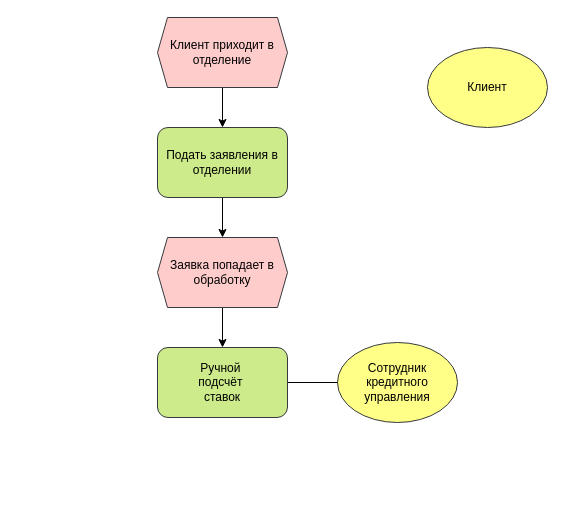
Before: page "Процесс кредита" (2 of 2) of it_land_map.drawio in MorKaragh/drawings, a draw.io diagram. Source tidied: cells renumbered, new cells numbered last; positions are measured from the earlier drawing's top-left corner, leaving out a move shared by most shapes. Both pictures are drawn from the tidied source at 100%, with x=0, y=0 at pixel (157, 17).
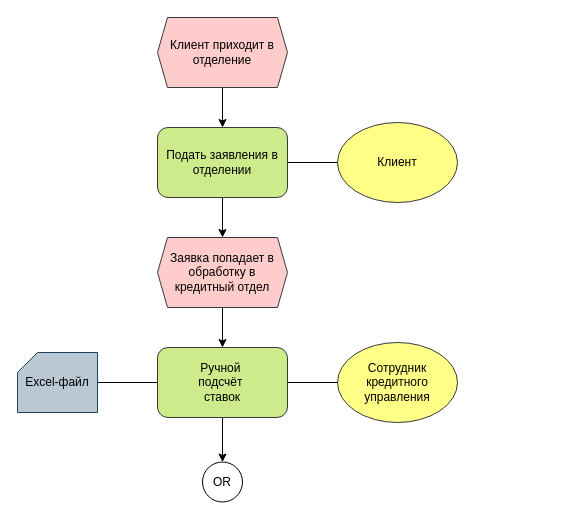
The same page after the edit.

Diff of the diagram source:
```diff
@@
 <mxGraphModel>
   <root>
     <mxCell id="0" />
     <mxCell id="1" parent="0" />
     <mxCell id="2" style="edgeStyle=orthogonalEdgeStyle;rounded=0;jettySize=auto;html=1;" parent="1" edge="1" source="3" target="9">
       <mxGeometry relative="1" as="geometry" />
     </mxCell>
+    <mxCell id="12" style="edgeStyle=orthogonalEdgeStyle;rounded=0;jettySize=auto;html=1;endArrow=none;startFill=0;" parent="1" edge="1" source="3" target="4">
+      <mxGeometry relative="1" as="geometry" />
+    </mxCell>
     <mxCell id="3" value="Подать заявления в отделении" style="rounded=1;whiteSpace=wrap;html=1;fillColor=#cdeb8b;strokeColor=#36393d;" parent="1" vertex="1">
       <mxGeometry y="110" width="130" height="70" as="geometry" />
     </mxCell>
     <mxCell id="4" value="Клиент" style="ellipse;whiteSpace=wrap;html=1;fillColor=#ffff88;strokeColor=#36393d;" parent="1" vertex="1">
-      <mxGeometry x="270" y="30" width="120" height="80" as="geometry" />
+      <mxGeometry x="180" y="105" width="120" height="80" as="geometry" />
     </mxCell>
     <mxCell id="5" style="edgeStyle=orthogonalEdgeStyle;rounded=0;jettySize=auto;html=1;" parent="1" edge="1" source="6" target="3">
       <mxGeometry relative="1" as="geometry" />
     </mxCell>
     <mxCell id="6" value="Клиент приходит в отделение" style="shape=hexagon;perimeter=hexagonPerimeter2;whiteSpace=wrap;html=1;fixedSize=1;size=10;fillColor=#ffcccc;strokeColor=#36393d;" parent="1" vertex="1">
       <mxGeometry width="130" height="70" as="geometry" />
     </mxCell>
     <mxCell id="7" value="Сотрудник кредитного управления" style="ellipse;whiteSpace=wrap;html=1;fillColor=#ffff88;strokeColor=#36393d;" parent="1" vertex="1">
       <mxGeometry x="180" y="325" width="120" height="80" as="geometry" />
     </mxCell>
     <mxCell id="8" style="edgeStyle=orthogonalEdgeStyle;rounded=0;jettySize=auto;html=1;" parent="1" edge="1" source="9" target="11">
       <mxGeometry relative="1" as="geometry" />
     </mxCell>
-    <mxCell id="9" value="Заявка попадает в обработку" style="shape=hexagon;perimeter=hexagonPerimeter2;whiteSpace=wrap;html=1;fixedSize=1;size=10;fillColor=#ffcccc;strokeColor=#36393d;" parent="1" vertex="1">
+    <mxCell id="9" value="Заявка попадает в обработку в кредитный отдел" style="shape=hexagon;perimeter=hexagonPerimeter2;whiteSpace=wrap;html=1;fixedSize=1;size=10;fillColor=#ffcccc;strokeColor=#36393d;" parent="1" vertex="1">
       <mxGeometry y="220" width="130" height="70" as="geometry" />
     </mxCell>
     <mxCell id="10" style="edgeStyle=orthogonalEdgeStyle;rounded=0;jettySize=auto;html=1;exitX=1;exitY=0.5;exitDx=0;exitDy=0;entryX=0;entryY=0.5;entryDx=0;entryDy=0;endArrow=none;endFill=0;" parent="1" edge="1" source="11" target="7">
       <mxGeometry relative="1" as="geometry" />
     </mxCell>
+    <mxCell id="13" style="edgeStyle=orthogonalEdgeStyle;rounded=0;jettySize=auto;html=1;endArrow=none;startFill=0;entryX=1;entryY=0.5;entryDx=0;entryDy=0;entryPerimeter=0;" parent="1" edge="1" source="11" target="15">
+      <mxGeometry relative="1" as="geometry" />
+    </mxCell>
+    <mxCell id="14" style="edgeStyle=orthogonalEdgeStyle;rounded=0;jettySize=auto;html=1;entryX=0.5;entryY=0;entryDx=0;entryDy=0;" parent="1" edge="1" source="11" target="16">
+      <mxGeometry relative="1" as="geometry" />
+    </mxCell>
     <mxCell id="11" value="Ручной&amp;nbsp;&lt;div&gt;подсчёт&amp;nbsp;&lt;div&gt;ставок&lt;/div&gt;&lt;/div&gt;" style="rounded=1;whiteSpace=wrap;html=1;fillColor=#cdeb8b;strokeColor=#36393d;" parent="1" vertex="1">
       <mxGeometry y="330" width="130" height="70" as="geometry" />
     </mxCell>
+    <mxCell id="15" value="Excel-файл" style="shape=card;whiteSpace=wrap;html=1;size=20;strokeColor=#23445d;align=center;verticalAlign=middle;fontFamily=Helvetica;fontSize=12;fontColor=default;fillColor=#bac8d3;" parent="1" vertex="1">
+      <mxGeometry x="-140" y="335" width="80" height="60" as="geometry" />
+    </mxCell>
+    <mxCell id="16" value="OR" style="ellipse;whiteSpace=wrap;html=1;" parent="1" vertex="1">
+      <mxGeometry x="45" y="444.5" width="40" height="40" as="geometry" />
+    </mxCell>
   </root>
 </mxGraphModel>
```
